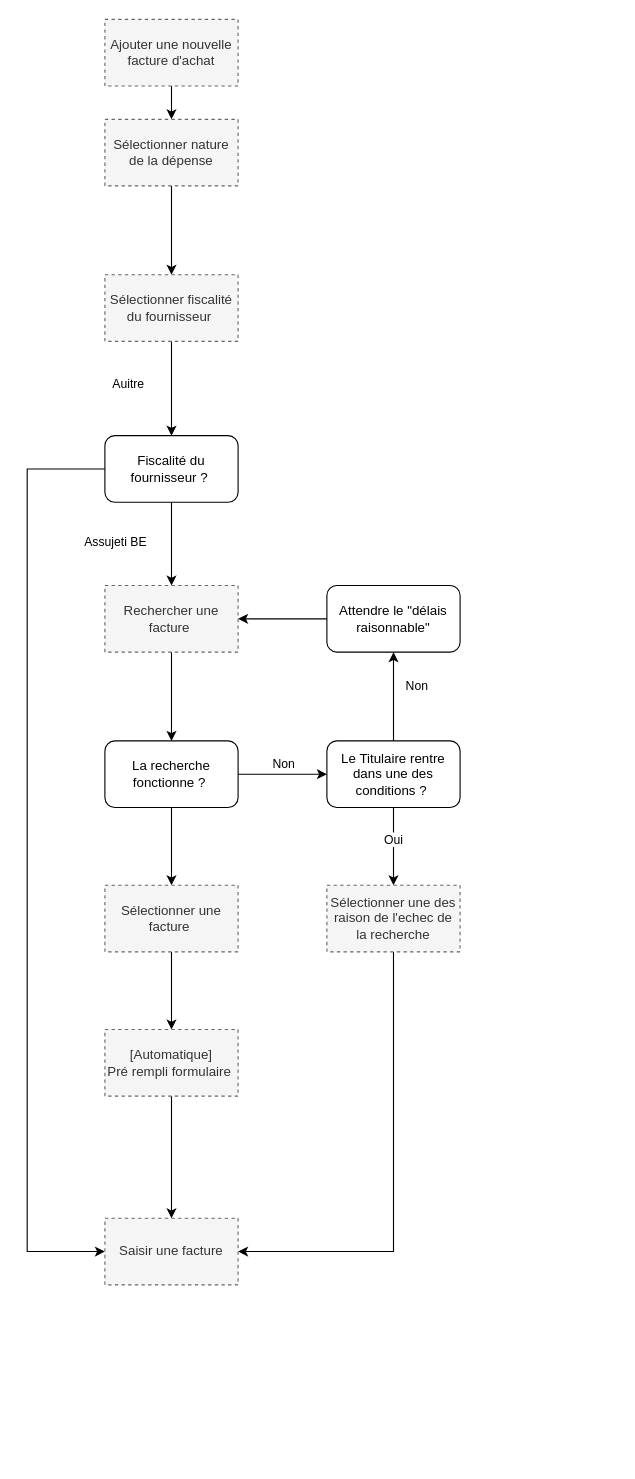
Idir-smart/SandBox keeps this draw.io diagram as page "Encodage" (1 of 3) of Chemin d'exeption .drawio. Above is the earlier version. Source tidied: cells renumbered, new cells numbered last; positions are measured from the earlier drawing's top-left corner, leaving out a move shared by most shapes. Both pictures are drawn from the tidied source at 111%, with x=0, y=0 at pixel (27, 19).
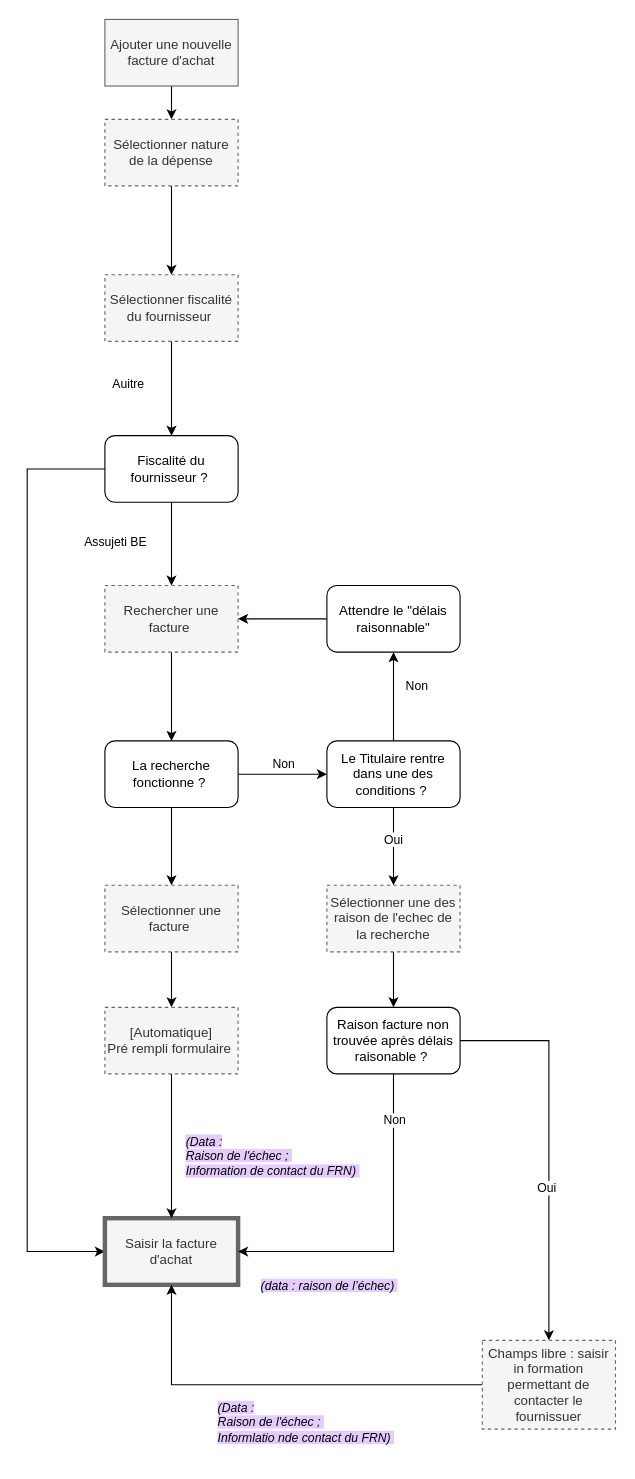
Above is the later version.

Commit message (it also covers changes not shown here):
Mettre à jour Chemin d'exeption .drawio

Unchanged cells that the change refers to:
```xml
<mxCell id="26" value="Sélectionner une des raison de l'echec de la recherche" style="rounded=0;whiteSpace=wrap;html=1;fillColor=#f5f5f5;fontColor=#333333;strokeColor=#666666;dashed=1;" parent="1" vertex="1">
  <mxGeometry x="270" y="780" width="120" height="60" as="geometry" />
</mxCell>
```

What changed in the source:
```diff
@@
-    <mxCell id="12" value="Ajouter une nouvelle facture d'achat" style="rounded=0;whiteSpace=wrap;html=1;fillColor=#f5f5f5;fontColor=#333333;strokeColor=#666666;dashed=1;" parent="1" vertex="1">
+    <mxCell id="12" value="Ajouter une nouvelle facture d'achat" style="rounded=0;whiteSpace=wrap;html=1;fillColor=#f5f5f5;fontColor=#333333;strokeColor=#666666;" parent="1" vertex="1">
       <mxGeometry x="70" width="120" height="60" as="geometry" />
     </mxCell>
@@
-    <mxCell id="24" value="Saisir une facture" style="rounded=0;whiteSpace=wrap;html=1;fillColor=#f5f5f5;fontColor=#333333;strokeColor=#666666;dashed=1;" parent="1" vertex="1">
+    <mxCell id="24" value="Saisir la facture d'achat" style="rounded=0;whiteSpace=wrap;html=1;fillColor=#f5f5f5;fontColor=#333333;strokeColor=#666666;strokeWidth=4;" parent="1" vertex="1">
       <mxGeometry x="70" y="1080" width="120" height="60" as="geometry" />
     </mxCell>
-    <mxCell id="25" style="edgeStyle=orthogonalEdgeStyle;rounded=0;jettySize=auto;html=1;exitX=0.5;exitY=1;exitDx=0;exitDy=0;entryX=1;entryY=0.5;entryDx=0;entryDy=0;" parent="1" edge="1" source="26" target="24">
+    <mxCell id="25" style="edgeStyle=orthogonalEdgeStyle;rounded=0;jettySize=auto;html=1;exitX=0.5;exitY=1;exitDx=0;exitDy=0;entryX=1;entryY=0.5;entryDx=0;entryDy=0;" parent="1" edge="1" source="38" target="24">
       <mxGeometry relative="1" as="geometry" />
     </mxCell>
+    <mxCell id="33" value="Non" style="edgeLabel;html=1;align=center;verticalAlign=middle;" parent="25" vertex="1">
+      <mxGeometry x="-0.53" y="3" relative="1" as="geometry">
+        <mxPoint x="-3" y="-30" as="offset" />
+      </mxGeometry>
+    </mxCell>
+    <mxCell id="34" value="&lt;i style=&quot;background-color: rgb(229, 204, 255);&quot;&gt;(data : raison de l’échec)&amp;nbsp;&lt;/i&gt;" style="edgeLabel;html=1;align=center;verticalAlign=middle;" parent="25" vertex="1">
+      <mxGeometry x="0.59" y="2" relative="1" as="geometry">
+        <mxPoint x="19" y="28" as="offset" />
+      </mxGeometry>
+    </mxCell>
@@
     <mxCell id="32" value="&lt;div&gt;[Automatique]&lt;/div&gt;&lt;div&gt;Pré rempli formulaire&amp;nbsp;&lt;/div&gt;" style="rounded=0;whiteSpace=wrap;html=1;fillColor=#f5f5f5;fontColor=#333333;strokeColor=#666666;dashed=1;" parent="1" vertex="1">
-      <mxGeometry x="70" y="910" width="120" height="60" as="geometry" />
+      <mxGeometry x="70" y="890" width="120" height="60" as="geometry" />
     </mxCell>
+    <mxCell id="35" style="edgeStyle=orthogonalEdgeStyle;rounded=0;jettySize=auto;html=1;exitX=0.5;exitY=1;exitDx=0;exitDy=0;entryX=0.5;entryY=0;entryDx=0;entryDy=0;" parent="1" edge="1" source="26" target="38">
+      <mxGeometry relative="1" as="geometry" />
+    </mxCell>
+    <mxCell id="36" style="edgeStyle=orthogonalEdgeStyle;rounded=0;jettySize=auto;html=1;exitX=1;exitY=0.5;exitDx=0;exitDy=0;entryX=0.5;entryY=0;entryDx=0;entryDy=0;" parent="1" edge="1" source="38" target="41">
+      <mxGeometry relative="1" as="geometry" />
+    </mxCell>
+    <mxCell id="37" value="Oui" style="edgeLabel;html=1;align=center;verticalAlign=middle;" parent="36" vertex="1">
+      <mxGeometry x="0.21" y="-3" relative="1" as="geometry" />
+    </mxCell>
+    <mxCell id="38" value="Raison facture non trouvée après délais raisonable ?&amp;nbsp;" style="rounded=1;whiteSpace=wrap;html=1;" parent="1" vertex="1">
+      <mxGeometry x="270" y="890" width="120" height="60" as="geometry" />
+    </mxCell>
+    <mxCell id="39" style="edgeStyle=orthogonalEdgeStyle;rounded=0;jettySize=auto;html=1;exitX=0;exitY=0.5;exitDx=0;exitDy=0;entryX=0.5;entryY=1;entryDx=0;entryDy=0;" parent="1" edge="1" source="41" target="24">
+      <mxGeometry relative="1" as="geometry" />
+    </mxCell>
+    <mxCell id="40" value="&lt;div align=&quot;left&quot;&gt;&lt;i style=&quot;background-color: rgb(229, 204, 255);&quot;&gt;(Data :&lt;/i&gt;&lt;/div&gt;&lt;div align=&quot;left&quot;&gt;&lt;i style=&quot;background-color: rgb(229, 204, 255);&quot;&gt;Raison de l'échec ;&amp;nbsp;&lt;/i&gt;&lt;/div&gt;&lt;div align=&quot;left&quot;&gt;&lt;span style=&quot;background-color: rgb(229, 204, 255);&quot;&gt;&lt;i&gt;Informlatio nde contact du FRN)&lt;/i&gt;&amp;nbsp;&lt;/span&gt;&lt;/div&gt;&lt;div align=&quot;left&quot;&gt;&lt;br&gt;&lt;/div&gt;" style="edgeLabel;html=1;align=center;verticalAlign=middle;fontFamily=Helvetica;fontSize=11;fontColor=default;labelBackgroundColor=default;fillColor=none;gradientColor=none;" parent="39" vertex="1">
+      <mxGeometry x="0.13" relative="1" as="geometry">
+        <mxPoint x="49" y="40" as="offset" />
+      </mxGeometry>
+    </mxCell>
+    <mxCell id="41" value="Champs libre : saisir in formation permettant de contacter le fournissuer" style="rounded=0;whiteSpace=wrap;html=1;fillColor=#f5f5f5;fontColor=#333333;strokeColor=#666666;dashed=1;" parent="1" vertex="1">
+      <mxGeometry x="410" y="1190" width="120" height="80" as="geometry" />
+    </mxCell>
+    <mxCell id="42" value="&lt;br&gt;&lt;div align=&quot;left&quot;&gt;&lt;br&gt;&lt;/div&gt;" style="edgeLabel;html=1;align=center;verticalAlign=middle;fontFamily=Helvetica;fontSize=11;fontColor=default;labelBackgroundColor=default;fillColor=none;gradientColor=none;" parent="1" vertex="1">
+      <mxGeometry x="230" y="1030" as="geometry">
+        <mxPoint x="-8" as="offset" />
+      </mxGeometry>
+    </mxCell>
+    <mxCell id="43" value="&lt;div align=&quot;left&quot;&gt;&lt;i style=&quot;background-color: rgb(229, 204, 255);&quot;&gt;(Data :&lt;/i&gt;&lt;/div&gt;&lt;div align=&quot;left&quot;&gt;&lt;i style=&quot;background-color: rgb(229, 204, 255);&quot;&gt;Raison de l'échec ;&amp;nbsp;&lt;/i&gt;&lt;/div&gt;&lt;div align=&quot;left&quot;&gt;&lt;span style=&quot;background-color: rgb(229, 204, 255);&quot;&gt;&lt;i&gt;Information de contact du FRN)&lt;/i&gt;&amp;nbsp;&lt;/span&gt;&lt;/div&gt;&lt;div align=&quot;left&quot;&gt;&lt;br&gt;&lt;/div&gt;" style="edgeLabel;html=1;align=center;verticalAlign=middle;fontFamily=Helvetica;fontSize=11;fontColor=default;labelBackgroundColor=default;fillColor=none;gradientColor=none;" parent="1" vertex="1">
+      <mxGeometry x="220" y="1030" as="geometry" />
+    </mxCell>
```
